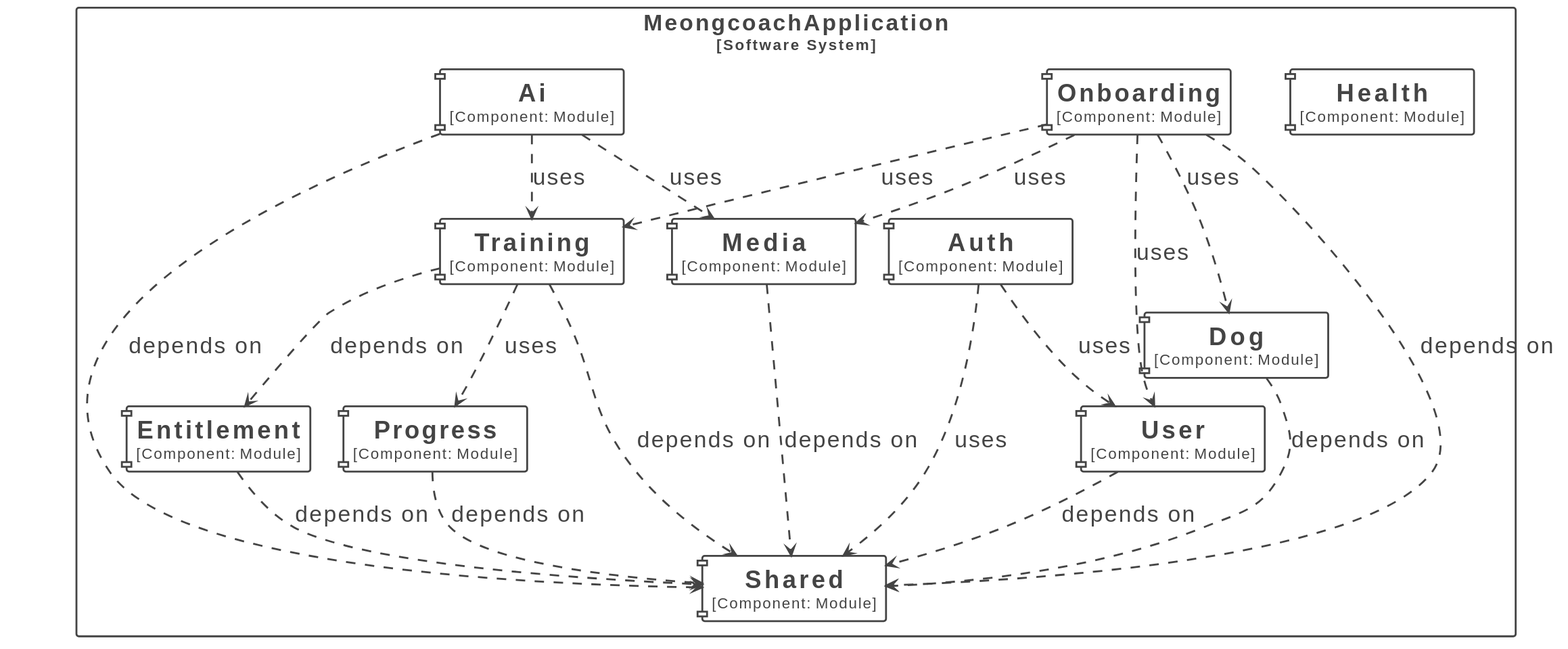
DaeSaBu/meongcoach-BE keeps this PlantUML diagram as docs/images/module-dependencies.svg. Above is the earlier version. Its diagram source:
```plantuml
@startuml
set separator none
top to bottom direction
hide stereotype

skinparam {
  componentStyle uml1
}

<style>
  root {
    BackgroundColor: #ffffff;
    FontColor: #444444;
  }
  // Element,Component
  .Element-RWxlbWVudCxDb21wb25lbnQ= {
    BackgroundColor: #ffffff;
    LineColor: #444444;
    LineStyle: 0;
    LineThickness: 2;
    FontColor: #444444;
    FontSize: 24;
    HorizontalAlignment: center;
    Shadowing: 0;
    MaximumWidth: 450;
  }
  // Relationship
  .Relationship-UmVsYXRpb25zaGlw {
    LineThickness: 2;
    LineStyle: 10-10;
    LineColor: #444444;
    FontColor: #444444;
    FontSize: 24;
  }
  // MeongcoachApplication
  .Boundary-TWVvbmdjb2FjaEFwcGxpY2F0aW9u {
    BackgroundColor: #ffffff;
    LineColor: #444444;
    LineStyle: 0;
    LineThickness: 2;
    FontColor: #444444;
    FontSize: 24;
    HorizontalAlignment: center;
    Shadowing: 0;
  }
</style>

rectangle "MeongcoachApplication\n<size:16>[Software System]</size>" <<Boundary-TWVvbmdjb2FjaEFwcGxpY2F0aW9u>> {
  component "==Auth\n<size:16>[Component: Module]</size>" <<Element-RWxlbWVudCxDb21wb25lbnQ=>> as MeongcoachApplication.MeongcoachApplication.Auth
  component "==Training\n<size:16>[Component: Module]</size>" <<Element-RWxlbWVudCxDb21wb25lbnQ=>> as MeongcoachApplication.MeongcoachApplication.Training
  component "==Ai\n<size:16>[Component: Module]</size>" <<Element-RWxlbWVudCxDb21wb25lbnQ=>> as MeongcoachApplication.MeongcoachApplication.Ai
  component "==Onboarding\n<size:16>[Component: Module]</size>" <<Element-RWxlbWVudCxDb21wb25lbnQ=>> as MeongcoachApplication.MeongcoachApplication.Onboarding
  component "==Health\n<size:16>[Component: Module]</size>" <<Element-RWxlbWVudCxDb21wb25lbnQ=>> as MeongcoachApplication.MeongcoachApplication.Health
  component "==Shared\n<size:16>[Component: Module]</size>" <<Element-RWxlbWVudCxDb21wb25lbnQ=>> as MeongcoachApplication.MeongcoachApplication.Shared
  component "==Dog\n<size:16>[Component: Module]</size>" <<Element-RWxlbWVudCxDb21wb25lbnQ=>> as MeongcoachApplication.MeongcoachApplication.Dog
  component "==Entitlement\n<size:16>[Component: Module]</size>" <<Element-RWxlbWVudCxDb21wb25lbnQ=>> as MeongcoachApplication.MeongcoachApplication.Entitlement
  component "==Media\n<size:16>[Component: Module]</size>" <<Element-RWxlbWVudCxDb21wb25lbnQ=>> as MeongcoachApplication.MeongcoachApplication.Media
  component "==Progress\n<size:16>[Component: Module]</size>" <<Element-RWxlbWVudCxDb21wb25lbnQ=>> as MeongcoachApplication.MeongcoachApplication.Progress
  component "==User\n<size:16>[Component: Module]</size>" <<Element-RWxlbWVudCxDb21wb25lbnQ=>> as MeongcoachApplication.MeongcoachApplication.User
}

MeongcoachApplication.MeongcoachApplication.Ai --> MeongcoachApplication.MeongcoachApplication.Shared <<Relationship-UmVsYXRpb25zaGlw>> : "depends on"
MeongcoachApplication.MeongcoachApplication.Ai --> MeongcoachApplication.MeongcoachApplication.Training <<Relationship-UmVsYXRpb25zaGlw>> : "uses"
MeongcoachApplication.MeongcoachApplication.Ai --> MeongcoachApplication.MeongcoachApplication.Media <<Relationship-UmVsYXRpb25zaGlw>> : "uses"
MeongcoachApplication.MeongcoachApplication.User --> MeongcoachApplication.MeongcoachApplication.Shared <<Relationship-UmVsYXRpb25zaGlw>> : "depends on"
MeongcoachApplication.MeongcoachApplication.Progress --> MeongcoachApplication.MeongcoachApplication.Shared <<Relationship-UmVsYXRpb25zaGlw>> : "depends on"
MeongcoachApplication.MeongcoachApplication.Media --> MeongcoachApplication.MeongcoachApplication.Shared <<Relationship-UmVsYXRpb25zaGlw>> : "depends on"
MeongcoachApplication.MeongcoachApplication.Auth --> MeongcoachApplication.MeongcoachApplication.Shared <<Relationship-UmVsYXRpb25zaGlw>> : "uses"
MeongcoachApplication.MeongcoachApplication.Auth --> MeongcoachApplication.MeongcoachApplication.User <<Relationship-UmVsYXRpb25zaGlw>> : "uses"
MeongcoachApplication.MeongcoachApplication.Entitlement --> MeongcoachApplication.MeongcoachApplication.Shared <<Relationship-UmVsYXRpb25zaGlw>> : "depends on"
MeongcoachApplication.MeongcoachApplication.Onboarding --> MeongcoachApplication.MeongcoachApplication.Shared <<Relationship-UmVsYXRpb25zaGlw>> : "depends on"
MeongcoachApplication.MeongcoachApplication.Onboarding --> MeongcoachApplication.MeongcoachApplication.User <<Relationship-UmVsYXRpb25zaGlw>> : "uses"
MeongcoachApplication.MeongcoachApplication.Onboarding --> MeongcoachApplication.MeongcoachApplication.Dog <<Relationship-UmVsYXRpb25zaGlw>> : "uses"
MeongcoachApplication.MeongcoachApplication.Onboarding --> MeongcoachApplication.MeongcoachApplication.Media <<Relationship-UmVsYXRpb25zaGlw>> : "uses"
MeongcoachApplication.MeongcoachApplication.Onboarding --> MeongcoachApplication.MeongcoachApplication.Training <<Relationship-UmVsYXRpb25zaGlw>> : "uses"
MeongcoachApplication.MeongcoachApplication.Dog --> MeongcoachApplication.MeongcoachApplication.Shared <<Relationship-UmVsYXRpb25zaGlw>> : "depends on"
MeongcoachApplication.MeongcoachApplication.Training --> MeongcoachApplication.MeongcoachApplication.Shared <<Relationship-UmVsYXRpb25zaGlw>> : "depends on"
MeongcoachApplication.MeongcoachApplication.Training --> MeongcoachApplication.MeongcoachApplication.Entitlement <<Relationship-UmVsYXRpb25zaGlw>> : "depends on"
MeongcoachApplication.MeongcoachApplication.Training --> MeongcoachApplication.MeongcoachApplication.Progress <<Relationship-UmVsYXRpb25zaGlw>> : "uses"
@enduml
```
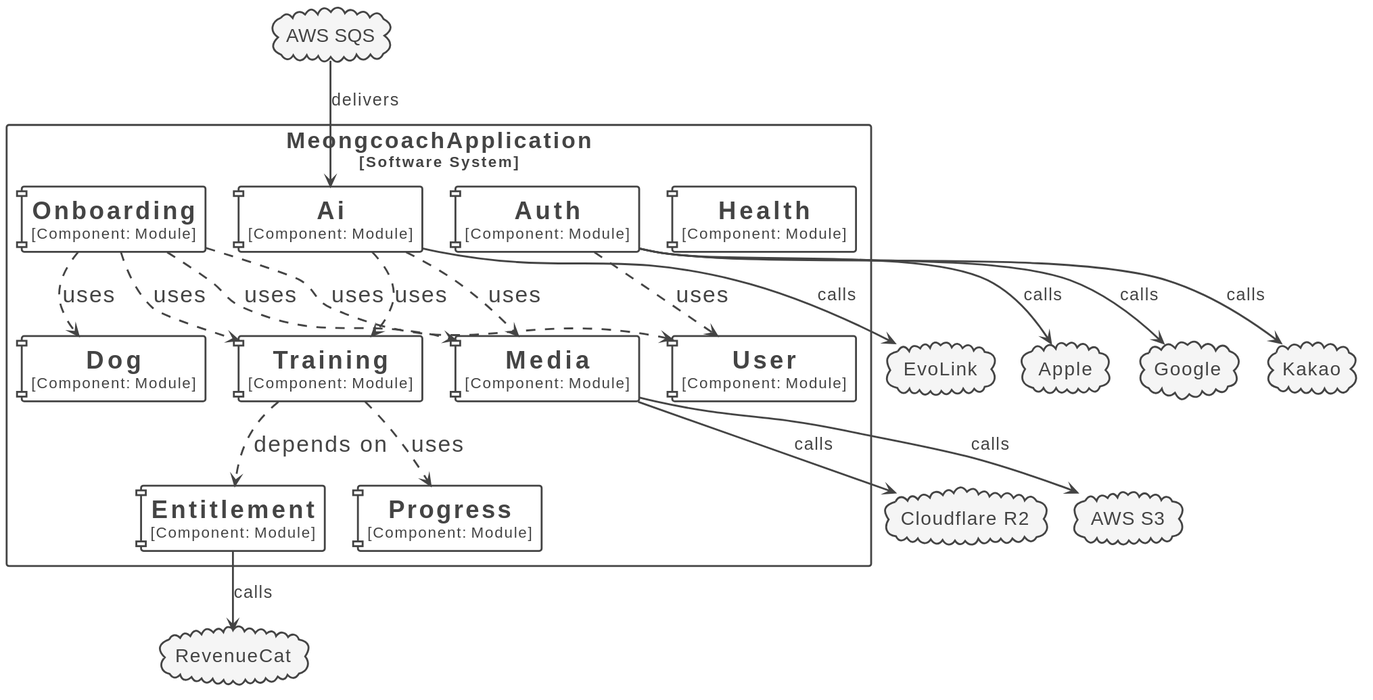
Later version of the same file.

Commit message:
docs: 외부 시스템을 포함한 모듈 의존 다이어그램 스냅샷으로 갱신

Change to the diagram source:
```diff
@@ -51,7 +51,6 @@
   component "==Ai\n<size:16>[Component: Module]</size>" <<Element-RWxlbWVudCxDb21wb25lbnQ=>> as MeongcoachApplication.MeongcoachApplication.Ai
   component "==Onboarding\n<size:16>[Component: Module]</size>" <<Element-RWxlbWVudCxDb21wb25lbnQ=>> as MeongcoachApplication.MeongcoachApplication.Onboarding
   component "==Health\n<size:16>[Component: Module]</size>" <<Element-RWxlbWVudCxDb21wb25lbnQ=>> as MeongcoachApplication.MeongcoachApplication.Health
-  component "==Shared\n<size:16>[Component: Module]</size>" <<Element-RWxlbWVudCxDb21wb25lbnQ=>> as MeongcoachApplication.MeongcoachApplication.Shared
   component "==Dog\n<size:16>[Component: Module]</size>" <<Element-RWxlbWVudCxDb21wb25lbnQ=>> as MeongcoachApplication.MeongcoachApplication.Dog
   component "==Entitlement\n<size:16>[Component: Module]</size>" <<Element-RWxlbWVudCxDb21wb25lbnQ=>> as MeongcoachApplication.MeongcoachApplication.Entitlement
   component "==Media\n<size:16>[Component: Module]</size>" <<Element-RWxlbWVudCxDb21wb25lbnQ=>> as MeongcoachApplication.MeongcoachApplication.Media
@@ -59,22 +58,46 @@
   component "==User\n<size:16>[Component: Module]</size>" <<Element-RWxlbWVudCxDb21wb25lbnQ=>> as MeongcoachApplication.MeongcoachApplication.User
 }
 
-MeongcoachApplication.MeongcoachApplication.Ai --> MeongcoachApplication.MeongcoachApplication.Shared <<Relationship-UmVsYXRpb25zaGlw>> : "depends on"
-MeongcoachApplication.MeongcoachApplication.Ai --> MeongcoachApplication.MeongcoachApplication.Training <<Relationship-UmVsYXRpb25zaGlw>> : "uses"
-MeongcoachApplication.MeongcoachApplication.Ai --> MeongcoachApplication.MeongcoachApplication.Media <<Relationship-UmVsYXRpb25zaGlw>> : "uses"
-MeongcoachApplication.MeongcoachApplication.User --> MeongcoachApplication.MeongcoachApplication.Shared <<Relationship-UmVsYXRpb25zaGlw>> : "depends on"
-MeongcoachApplication.MeongcoachApplication.Progress --> MeongcoachApplication.MeongcoachApplication.Shared <<Relationship-UmVsYXRpb25zaGlw>> : "depends on"
-MeongcoachApplication.MeongcoachApplication.Media --> MeongcoachApplication.MeongcoachApplication.Shared <<Relationship-UmVsYXRpb25zaGlw>> : "depends on"
-MeongcoachApplication.MeongcoachApplication.Auth --> MeongcoachApplication.MeongcoachApplication.Shared <<Relationship-UmVsYXRpb25zaGlw>> : "uses"
 MeongcoachApplication.MeongcoachApplication.Auth --> MeongcoachApplication.MeongcoachApplication.User <<Relationship-UmVsYXRpb25zaGlw>> : "uses"
-MeongcoachApplication.MeongcoachApplication.Entitlement --> MeongcoachApplication.MeongcoachApplication.Shared <<Relationship-UmVsYXRpb25zaGlw>> : "depends on"
-MeongcoachApplication.MeongcoachApplication.Onboarding --> MeongcoachApplication.MeongcoachApplication.Shared <<Relationship-UmVsYXRpb25zaGlw>> : "depends on"
 MeongcoachApplication.MeongcoachApplication.Onboarding --> MeongcoachApplication.MeongcoachApplication.User <<Relationship-UmVsYXRpb25zaGlw>> : "uses"
 MeongcoachApplication.MeongcoachApplication.Onboarding --> MeongcoachApplication.MeongcoachApplication.Dog <<Relationship-UmVsYXRpb25zaGlw>> : "uses"
 MeongcoachApplication.MeongcoachApplication.Onboarding --> MeongcoachApplication.MeongcoachApplication.Media <<Relationship-UmVsYXRpb25zaGlw>> : "uses"
 MeongcoachApplication.MeongcoachApplication.Onboarding --> MeongcoachApplication.MeongcoachApplication.Training <<Relationship-UmVsYXRpb25zaGlw>> : "uses"
-MeongcoachApplication.MeongcoachApplication.Dog --> MeongcoachApplication.MeongcoachApplication.Shared <<Relationship-UmVsYXRpb25zaGlw>> : "depends on"
-MeongcoachApplication.MeongcoachApplication.Training --> MeongcoachApplication.MeongcoachApplication.Shared <<Relationship-UmVsYXRpb25zaGlw>> : "depends on"
 MeongcoachApplication.MeongcoachApplication.Training --> MeongcoachApplication.MeongcoachApplication.Entitlement <<Relationship-UmVsYXRpb25zaGlw>> : "depends on"
 MeongcoachApplication.MeongcoachApplication.Training --> MeongcoachApplication.MeongcoachApplication.Progress <<Relationship-UmVsYXRpb25zaGlw>> : "uses"
+MeongcoachApplication.MeongcoachApplication.Ai --> MeongcoachApplication.MeongcoachApplication.Training <<Relationship-UmVsYXRpb25zaGlw>> : "uses"
+MeongcoachApplication.MeongcoachApplication.Ai --> MeongcoachApplication.MeongcoachApplication.Media <<Relationship-UmVsYXRpb25zaGlw>> : "uses"
+
+<style>
+  cloud {
+    BackgroundColor: #f5f5f5;
+    LineColor: #444444;
+    LineThickness: 2;
+    FontColor: #444444;
+    FontSize: 20;
+  }
+  arrow {
+    LineColor: #444444;
+    LineThickness: 2;
+    FontColor: #444444;
+    FontSize: 18;
+  }
+</style>
+cloud "RevenueCat" as External.REVENUECAT
+cloud "Cloudflare R2" as External.CLOUDFLARE_R2
+cloud "AWS S3" as External.AWS_S3
+cloud "Apple" as External.APPLE
+cloud "Google" as External.GOOGLE
+cloud "Kakao" as External.KAKAO
+cloud "AWS SQS" as External.AWS_SQS
+cloud "EvoLink" as External.EVOLINK
+
+MeongcoachApplication.MeongcoachApplication.Entitlement --> External.REVENUECAT : "calls"
+MeongcoachApplication.MeongcoachApplication.Media --> External.CLOUDFLARE_R2 : "calls"
+MeongcoachApplication.MeongcoachApplication.Media --> External.AWS_S3 : "calls"
+MeongcoachApplication.MeongcoachApplication.Auth --> External.APPLE : "calls"
+MeongcoachApplication.MeongcoachApplication.Auth --> External.GOOGLE : "calls"
+MeongcoachApplication.MeongcoachApplication.Auth --> External.KAKAO : "calls"
+External.AWS_SQS --> MeongcoachApplication.MeongcoachApplication.Ai : "delivers"
+MeongcoachApplication.MeongcoachApplication.Ai --> External.EVOLINK : "calls"
 @enduml
```
